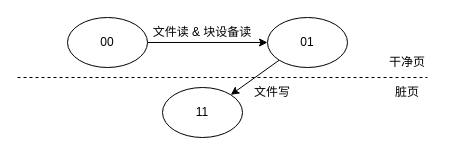
Before: vfs/chfs_page_cache_status.drawio in ReimuYk/drawio_master_graduate_paper, a draw.io diagram. Source tidied: cells renumbered, new cells numbered last; positions are measured from the earlier drawing's top-left corner, leaving out a move shared by most shapes. Both pictures are drawn from the tidied source at 100%, with x=0, y=0 at pixel (17, 17).
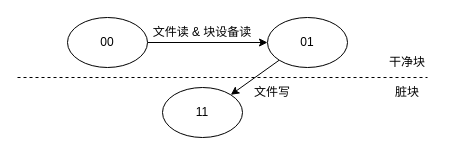
After the change.

Diff of the diagram source:
```diff
@@
 <mxGraphModel>
   <root>
     <mxCell id="0" />
     <mxCell id="1" parent="0" />
     <mxCell id="2" style="edgeStyle=orthogonalEdgeStyle;rounded=0;jettySize=auto;html=1;exitX=1;exitY=0.5;exitDx=0;exitDy=0;entryX=0;entryY=0.5;entryDx=0;entryDy=0;" parent="1" edge="1" source="3" target="5">
       <mxGeometry relative="1" as="geometry" />
     </mxCell>
     <mxCell id="3" value="00" style="ellipse;whiteSpace=wrap;html=1;" parent="1" vertex="1">
       <mxGeometry x="50" width="80" height="50" as="geometry" />
     </mxCell>
     <mxCell id="4" style="rounded=0;jettySize=auto;html=1;exitX=0;exitY=1;exitDx=0;exitDy=0;entryX=1;entryY=0;entryDx=0;entryDy=0;" parent="1" edge="1" source="5" target="6">
       <mxGeometry relative="1" as="geometry" />
     </mxCell>
     <mxCell id="5" value="01" style="ellipse;whiteSpace=wrap;html=1;" parent="1" vertex="1">
       <mxGeometry x="250" width="80" height="50" as="geometry" />
     </mxCell>
     <mxCell id="6" value="11" style="ellipse;whiteSpace=wrap;html=1;" parent="1" vertex="1">
       <mxGeometry x="145" y="70" width="80" height="50" as="geometry" />
     </mxCell>
     <mxCell id="7" value="文件读 &amp;amp; 块设备读" style="text;html=1;strokeColor=none;fillColor=none;align=center;verticalAlign=middle;whiteSpace=wrap;rounded=0;" parent="1" vertex="1">
       <mxGeometry x="130" width="110" height="30" as="geometry" />
     </mxCell>
     <mxCell id="8" value="文件写" style="text;html=1;strokeColor=none;fillColor=none;align=center;verticalAlign=middle;whiteSpace=wrap;rounded=0;" parent="1" vertex="1">
       <mxGeometry x="225" y="60" width="60" height="30" as="geometry" />
     </mxCell>
     <mxCell id="9" style="endArrow=none;dashed=1;html=1;rounded=0;" parent="1" edge="1">
       <mxGeometry relative="1" as="geometry">
         <mxPoint y="60" as="sourcePoint" />
         <mxPoint x="410" y="60" as="targetPoint" />
       </mxGeometry>
     </mxCell>
-    <mxCell id="10" value="干净页" style="text;html=1;strokeColor=none;fillColor=none;align=center;verticalAlign=middle;whiteSpace=wrap;rounded=0;" parent="1" vertex="1">
+    <mxCell id="10" value="干净块" style="text;html=1;strokeColor=none;fillColor=none;align=center;verticalAlign=middle;whiteSpace=wrap;rounded=0;" parent="1" vertex="1">
       <mxGeometry x="360" y="30" width="60" height="30" as="geometry" />
     </mxCell>
-    <mxCell id="11" value="脏页" style="text;html=1;strokeColor=none;fillColor=none;align=center;verticalAlign=middle;whiteSpace=wrap;rounded=0;" parent="1" vertex="1">
+    <mxCell id="11" value="脏块" style="text;html=1;strokeColor=none;fillColor=none;align=center;verticalAlign=middle;whiteSpace=wrap;rounded=0;" parent="1" vertex="1">
       <mxGeometry x="360" y="60" width="60" height="30" as="geometry" />
     </mxCell>
   </root>
 </mxGraphModel>
```
